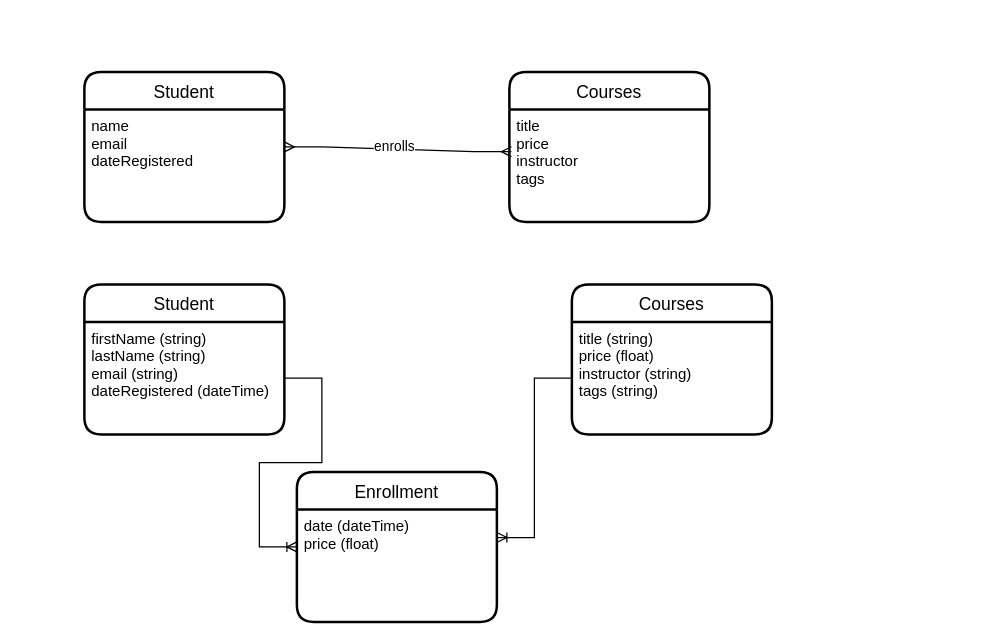
Earlier version of the draw.io diagram Untitled Diagram.drawio (SiloryL/Learning). Source tidied: cells renumbered, new cells numbered last; positions are measured from the earlier drawing's top-left corner, leaving out a move shared by most shapes. Both pictures are drawn from the tidied source at 125%, with x=0, y=0 at pixel (84, 71).
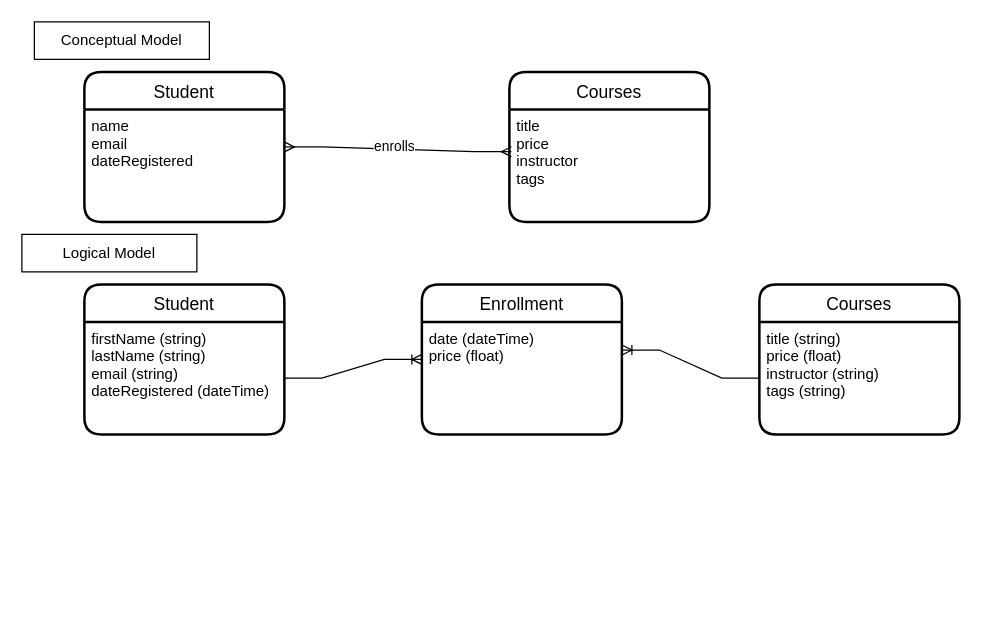
The same page after the edit.

What changed in the source:
```diff
@@
 <mxGraphModel>
   <root>
     <mxCell id="0" />
     <mxCell id="1" parent="0" />
     <mxCell id="2" value="Student" style="swimlane;horizontal=1;startSize=30;rounded=1;fontSize=14;fontStyle=0;strokeWidth=2;shadow=0;dashed=0;align=center;" parent="1" vertex="1">
       <mxGeometry width="160" height="120" as="geometry" />
     </mxCell>
     <mxCell id="3" style="edgeStyle=entityRelationEdgeStyle;fontSize=12;html=1;endArrow=ERmany;startArrow=ERmany;rounded=0;entryX=0.01;entryY=0.376;entryDx=0;entryDy=0;entryPerimeter=0;" parent="2" edge="1" target="7">
       <mxGeometry relative="1" as="geometry">
         <mxPoint x="160" y="60" as="sourcePoint" />
       </mxGeometry>
     </mxCell>
     <mxCell id="4" value="enrolls" style="edgeLabel;html=1;align=center;verticalAlign=middle;" parent="3" vertex="1">
       <mxGeometry x="-0.04" y="2" relative="1" as="geometry" />
     </mxCell>
     <mxCell id="5" value="name&#10;email&#10;dateRegistered " style="align=left;strokeColor=none;fillColor=none;spacingLeft=4;fontSize=12;verticalAlign=top;" parent="2" vertex="1">
       <mxGeometry y="30" width="160" height="90" as="geometry" />
     </mxCell>
     <mxCell id="6" value="Courses" style="swimlane;horizontal=1;startSize=30;rounded=1;fontSize=14;fontStyle=0;strokeWidth=2;shadow=0;dashed=0;align=center;" parent="1" vertex="1">
       <mxGeometry x="340" width="160" height="120" as="geometry" />
     </mxCell>
     <mxCell id="7" value="title&#10;price&#10;instructor&#10;tags" style="align=left;strokeColor=none;fillColor=none;spacingLeft=4;fontSize=12;verticalAlign=top;" parent="6" vertex="1">
       <mxGeometry y="30" width="160" height="90" as="geometry" />
     </mxCell>
     <mxCell id="8" value="Student" style="swimlane;horizontal=1;startSize=30;rounded=1;fontSize=14;fontStyle=0;strokeWidth=2;shadow=0;dashed=0;align=center;" parent="1" vertex="1">
       <mxGeometry y="170" width="160" height="120" as="geometry" />
     </mxCell>
     <mxCell id="9" value="firstName (string)&#10;lastName (string)&#10;email (string)&#10;dateRegistered (dateTime)" style="align=left;strokeColor=none;fillColor=none;spacingLeft=4;fontSize=12;verticalAlign=top;" parent="8" vertex="1">
       <mxGeometry y="30" width="160" height="90" as="geometry" />
     </mxCell>
     <mxCell id="10" value="Courses" style="swimlane;horizontal=1;startSize=30;rounded=1;fontSize=14;fontStyle=0;strokeWidth=2;shadow=0;dashed=0;align=center;" parent="1" vertex="1">
-      <mxGeometry x="390" y="170" width="160" height="120" as="geometry" />
+      <mxGeometry x="540" y="170" width="160" height="120" as="geometry" />
     </mxCell>
     <mxCell id="11" value="title (string)&#10;price (float)&#10;instructor (string)&#10;tags (string)" style="align=left;strokeColor=none;fillColor=none;spacingLeft=4;fontSize=12;verticalAlign=top;" parent="10" vertex="1">
       <mxGeometry y="30" width="160" height="90" as="geometry" />
     </mxCell>
     <mxCell id="12" value="Enrollment" style="swimlane;horizontal=1;startSize=30;rounded=1;fontSize=14;fontStyle=0;strokeWidth=2;shadow=0;dashed=0;align=center;" parent="1" vertex="1">
-      <mxGeometry x="170" y="320" width="160" height="120" as="geometry" />
+      <mxGeometry x="270" y="170" width="160" height="120" as="geometry" />
     </mxCell>
     <mxCell id="13" value="date (dateTime)&#10;price (float)" style="align=left;strokeColor=none;fillColor=none;spacingLeft=4;fontSize=12;verticalAlign=top;" parent="12" vertex="1">
       <mxGeometry y="30" width="160" height="90" as="geometry" />
     </mxCell>
     <mxCell id="14" style="edgeStyle=entityRelationEdgeStyle;fontSize=12;html=1;endArrow=ERoneToMany;rounded=0;exitX=1;exitY=0.5;exitDx=0;exitDy=0;" parent="1" edge="1" source="9" target="12">
       <mxGeometry relative="1" as="geometry" />
     </mxCell>
     <mxCell id="15" style="edgeStyle=entityRelationEdgeStyle;fontSize=12;html=1;endArrow=ERoneToMany;rounded=0;exitX=0;exitY=0.5;exitDx=0;exitDy=0;entryX=1;entryY=0.25;entryDx=0;entryDy=0;" parent="1" edge="1" source="11" target="13">
       <mxGeometry relative="1" as="geometry" />
     </mxCell>
+    <mxCell id="16" value="Conceptual Model" style="rounded=0;whiteSpace=wrap;html=1;" parent="1" vertex="1">
+      <mxGeometry x="-40" y="-40" width="140" height="30" as="geometry" />
+    </mxCell>
+    <mxCell id="17" value="Logical Model" style="rounded=0;whiteSpace=wrap;html=1;" parent="1" vertex="1">
+      <mxGeometry x="-50" y="130" width="140" height="30" as="geometry" />
+    </mxCell>
   </root>
 </mxGraphModel>
```
